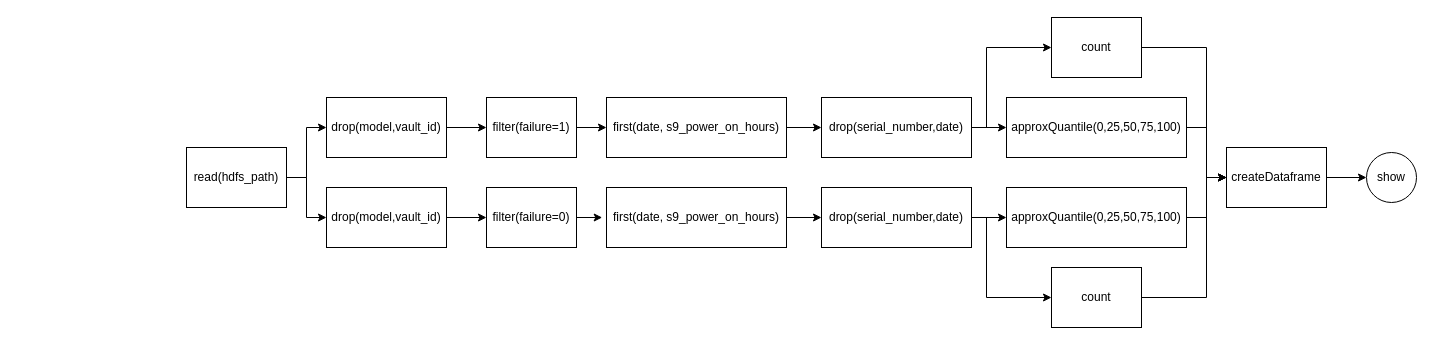
Before: report/res/query3_dag.drawio in matteo-conti-97/SABD_Project_1, a draw.io diagram. Source tidied: cells renumbered, new cells numbered last; positions are measured from the earlier drawing's top-left corner, leaving out a move shared by most shapes. Both pictures are drawn from the tidied source at 100%, with x=0, y=0 at pixel (186, 17).
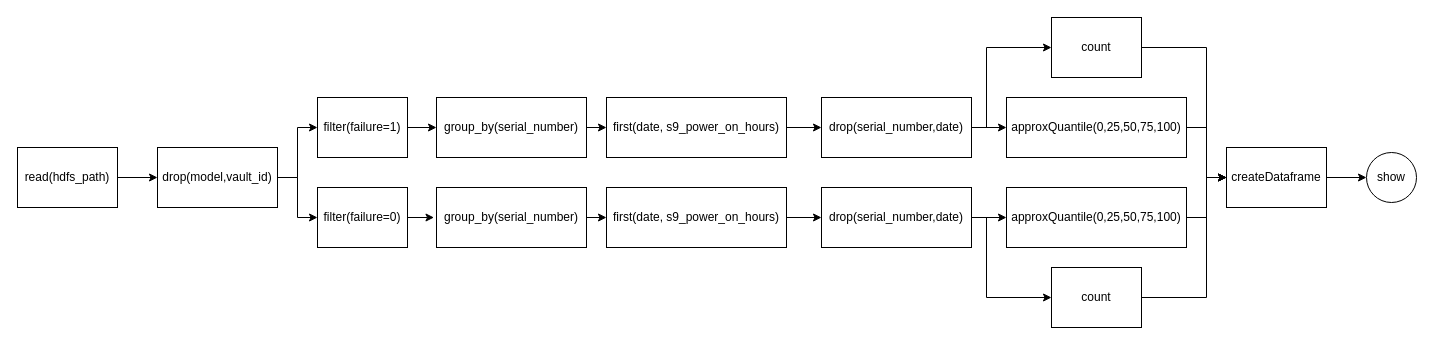
After the change.

Unchanged cells that the change refers to:
```xml
<mxCell id="24" value="first(date, s9_power_on_hours)" style="rounded=0;whiteSpace=wrap;html=1;" parent="1" vertex="1">
  <mxGeometry x="420" y="170" width="180" height="60" as="geometry" />
</mxCell>
<mxCell id="26" value="first(date, s9_power_on_hours)" style="rounded=0;whiteSpace=wrap;html=1;" parent="1" vertex="1">
  <mxGeometry x="420" y="80" width="180" height="60" as="geometry" />
</mxCell>
```

The edit, as a diff of the source:
```diff
@@
-    <mxCell id="2" style="edgeStyle=orthogonalEdgeStyle;rounded=0;jettySize=auto;html=1;exitX=1;exitY=0.5;exitDx=0;exitDy=0;entryX=0;entryY=0.5;entryDx=0;entryDy=0;" parent="1" edge="1" source="3" target="5">
+    <mxCell id="2" style="edgeStyle=orthogonalEdgeStyle;rounded=0;jettySize=auto;html=1;exitX=1;exitY=0.5;exitDx=0;exitDy=0;entryX=0;entryY=0.5;entryDx=0;entryDy=0;" parent="1" edge="1" source="13" target="5">
       <mxGeometry relative="1" as="geometry" />
     </mxCell>
-    <mxCell id="3" value="drop(model,vault_id)" style="rounded=0;whiteSpace=wrap;html=1;" parent="1" vertex="1">
-      <mxGeometry x="140" y="80" width="120" height="60" as="geometry" />
-    </mxCell>
-    <mxCell id="4" style="edgeStyle=orthogonalEdgeStyle;rounded=0;jettySize=auto;html=1;exitX=1;exitY=0.5;exitDx=0;exitDy=0;entryX=0;entryY=0.5;entryDx=0;entryDy=0;" parent="1" edge="1" source="5" target="26">
-      <mxGeometry relative="1" as="geometry" />
-    </mxCell>
+    <mxCell id="34" style="edgeStyle=orthogonalEdgeStyle;rounded=0;jettySize=auto;html=1;exitX=1;exitY=0.5;exitDx=0;exitDy=0;entryX=0;entryY=0.5;entryDx=0;entryDy=0;" parent="1" edge="1" source="5" target="36">
+      <mxGeometry relative="1" as="geometry" />
+    </mxCell>
     <mxCell id="5" value="filter(failure=1)" style="rounded=0;whiteSpace=wrap;html=1;" parent="1" vertex="1">
-      <mxGeometry x="300" y="80" width="90" height="60" as="geometry" />
+      <mxGeometry x="131" y="80" width="90" height="60" as="geometry" />
     </mxCell>
@@
-    <mxCell id="9" style="edgeStyle=orthogonalEdgeStyle;rounded=0;jettySize=auto;html=1;exitX=1;exitY=0.5;exitDx=0;exitDy=0;entryX=0;entryY=0.5;entryDx=0;entryDy=0;" parent="1" edge="1" source="11" target="3">
-      <mxGeometry relative="1" as="geometry" />
-    </mxCell>
@@
     <mxCell id="11" value="read(hdfs_path)" style="rounded=0;whiteSpace=wrap;html=1;" parent="1" vertex="1">
-      <mxGeometry y="130" width="100" height="60" as="geometry" />
+      <mxGeometry x="-169" y="130" width="100" height="60" as="geometry" />
     </mxCell>
@@
     <mxCell id="13" value="drop(model,vault_id)" style="rounded=0;whiteSpace=wrap;html=1;" parent="1" vertex="1">
-      <mxGeometry x="140" y="170" width="120" height="60" as="geometry" />
+      <mxGeometry x="-29" y="130" width="120" height="60" as="geometry" />
     </mxCell>
     <mxCell id="14" value="filter(failure=0)" style="rounded=0;whiteSpace=wrap;html=1;" parent="1" vertex="1">
-      <mxGeometry x="300" y="170" width="90" height="60" as="geometry" />
+      <mxGeometry x="131" y="170" width="90" height="60" as="geometry" />
     </mxCell>
@@
-    <mxCell id="33" style="edgeStyle=orthogonalEdgeStyle;rounded=0;jettySize=auto;html=1;exitX=1;exitY=0.5;exitDx=0;exitDy=0;entryX=-0.024;entryY=0.491;entryDx=0;entryDy=0;entryPerimeter=0;" parent="1" edge="1" source="14" target="24">
-      <mxGeometry relative="1" as="geometry" />
-    </mxCell>
+    <mxCell id="35" style="edgeStyle=orthogonalEdgeStyle;rounded=0;jettySize=auto;html=1;exitX=1;exitY=0.5;exitDx=0;exitDy=0;entryX=0;entryY=0.5;entryDx=0;entryDy=0;" parent="1" edge="1" source="36" target="26">
+      <mxGeometry relative="1" as="geometry" />
+    </mxCell>
+    <mxCell id="36" value="group_by(serial_number)" style="rounded=0;whiteSpace=wrap;html=1;" parent="1" vertex="1">
+      <mxGeometry x="250" y="80" width="150" height="60" as="geometry" />
+    </mxCell>
+    <mxCell id="37" style="edgeStyle=orthogonalEdgeStyle;rounded=0;jettySize=auto;html=1;exitX=1;exitY=0.5;exitDx=0;exitDy=0;entryX=0;entryY=0.5;entryDx=0;entryDy=0;" parent="1" edge="1" source="38" target="24">
+      <mxGeometry relative="1" as="geometry" />
+    </mxCell>
+    <mxCell id="38" value="group_by(serial_number)" style="rounded=0;whiteSpace=wrap;html=1;" parent="1" vertex="1">
+      <mxGeometry x="250" y="170" width="150" height="60" as="geometry" />
+    </mxCell>
+    <mxCell id="39" style="edgeStyle=orthogonalEdgeStyle;rounded=0;jettySize=auto;html=1;exitX=1;exitY=0.5;exitDx=0;exitDy=0;entryX=-0.017;entryY=0.504;entryDx=0;entryDy=0;entryPerimeter=0;" parent="1" edge="1" source="14" target="38">
+      <mxGeometry relative="1" as="geometry" />
+    </mxCell>
```
